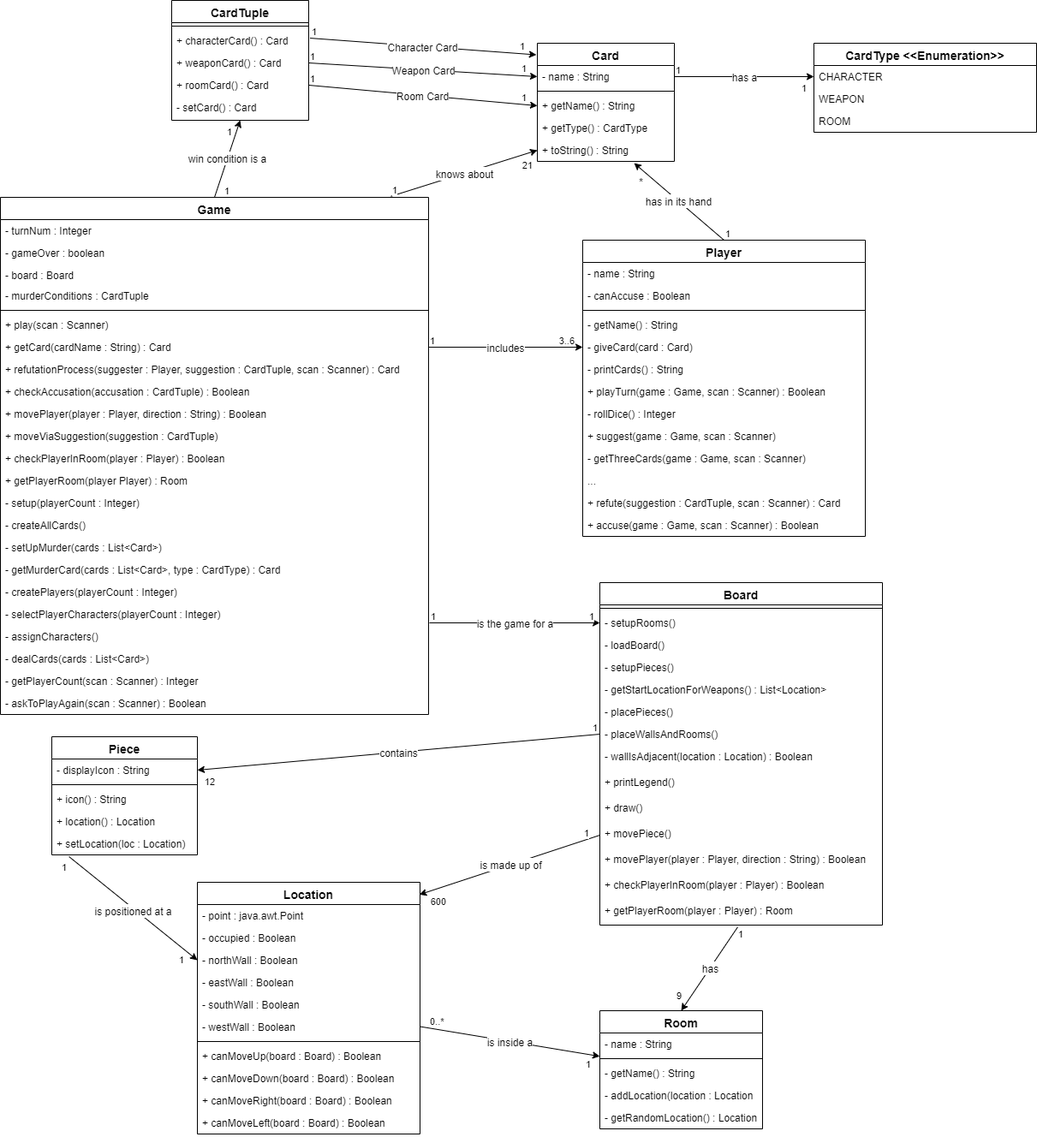
ZeusExMachina/Swen225-Assignment-1 keeps this draw.io diagram as class-diagram.png. Above is the earlier version. Source tidied: cells renumbered, new cells last; positions are measured from the earlier drawing's top-left corner, leaving out a move shared by most shapes.
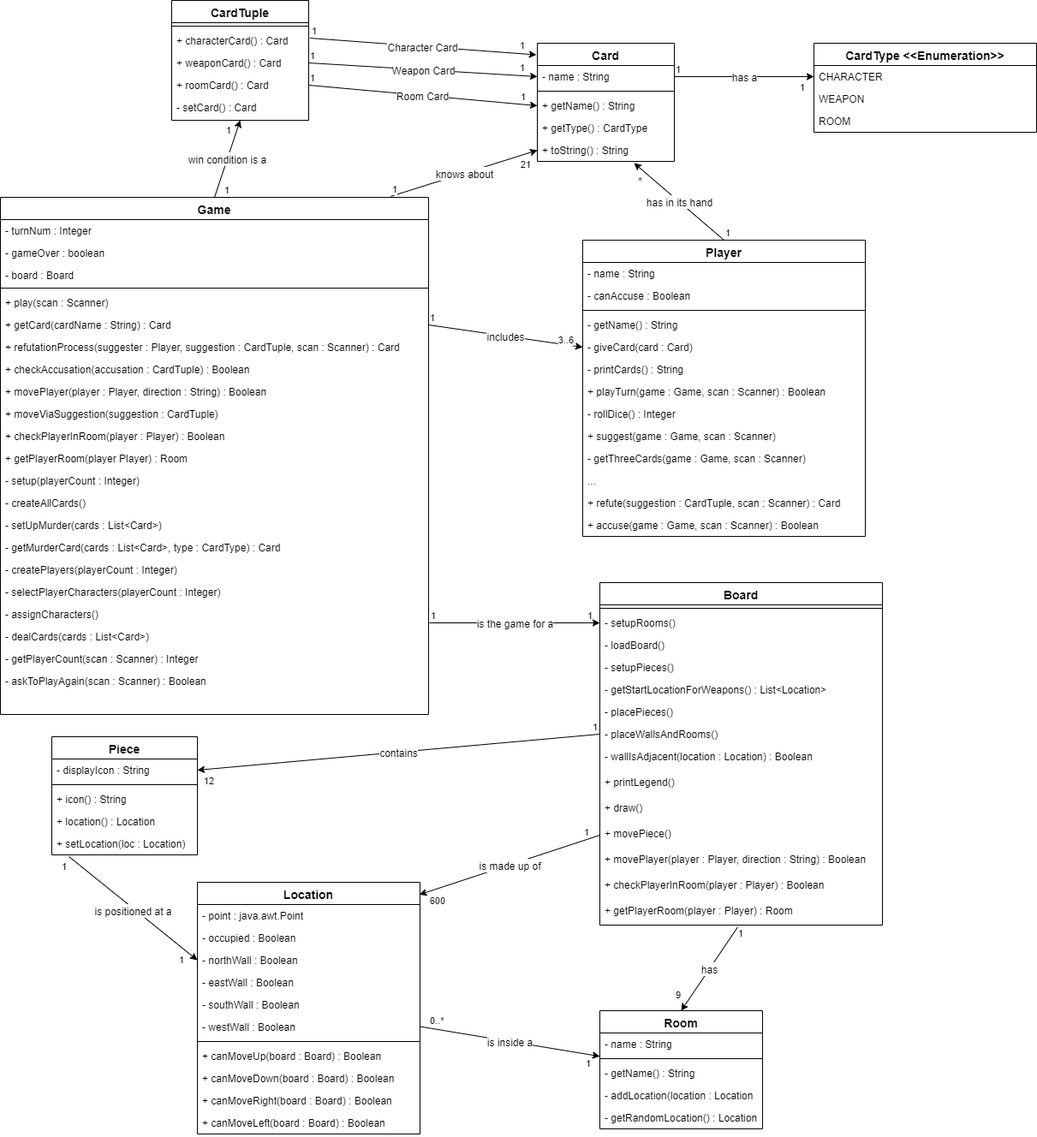
The same diagram one commit later.

What changed in the source:
```diff
@@ -32,65 +32,62 @@
     <mxCell id="11" value="- board : Board" style="text;align=left;verticalAlign=top;spacingLeft=4;spacingRight=4;overflow=hidden;rounded=0;shadow=0;html=0;" parent="8" vertex="1">
       <mxGeometry y="78" width="500" height="24" as="geometry" />
     </mxCell>
-    <mxCell id="12" value="- murderConditions : CardTuple" style="text;align=left;verticalAlign=top;spacingLeft=4;spacingRight=4;overflow=hidden;rounded=0;shadow=0;html=0;" parent="8" vertex="1">
-      <mxGeometry y="102" width="500" height="26" as="geometry" />
-    </mxCell>
     <mxCell id="13" style="line;html=1;strokeWidth=1;align=left;verticalAlign=middle;spacingTop=-1;spacingLeft=3;spacingRight=3;labelPosition=right;" parent="8" vertex="1">
-      <mxGeometry y="128" width="500" height="8" as="geometry" />
+      <mxGeometry y="102" width="500" height="8" as="geometry" />
     </mxCell>
     <mxCell id="14" value="+ play(scan : Scanner)" style="text;align=left;verticalAlign=top;spacingLeft=4;spacingRight=4;overflow=hidden;" parent="8" vertex="1">
-      <mxGeometry y="136" width="500" height="26" as="geometry" />
+      <mxGeometry y="110" width="500" height="26" as="geometry" />
     </mxCell>
     <mxCell id="15" value="+ getCard(cardName : String) : Card" style="text;align=left;verticalAlign=top;spacingLeft=4;spacingRight=4;overflow=hidden;points=[[0,0.5],[1,0.5]];portConstraint=eastwest;" parent="8" vertex="1">
-      <mxGeometry y="162" width="500" height="26" as="geometry" />
+      <mxGeometry y="136" width="500" height="26" as="geometry" />
     </mxCell>
     <mxCell id="16" value="+ refutationProcess(suggester : Player, suggestion : CardTuple, scan : Scanner) : Card" style="text;align=left;verticalAlign=top;spacingLeft=4;spacingRight=4;overflow=hidden;" parent="8" vertex="1">
-      <mxGeometry y="188" width="500" height="26" as="geometry" />
+      <mxGeometry y="162" width="500" height="26" as="geometry" />
     </mxCell>
     <mxCell id="17" value="+ checkAccusation(accusation : CardTuple) : Boolean" style="text;align=left;verticalAlign=top;spacingLeft=4;spacingRight=4;overflow=hidden;" parent="8" vertex="1">
-      <mxGeometry y="214" width="500" height="26" as="geometry" />
+      <mxGeometry y="188" width="500" height="26" as="geometry" />
     </mxCell>
     <mxCell id="18" value="+ movePlayer(player : Player, direction : String) : Boolean" style="text;align=left;verticalAlign=top;spacingLeft=4;spacingRight=4;overflow=hidden;" parent="8" vertex="1">
-      <mxGeometry y="240" width="500" height="26" as="geometry" />
+      <mxGeometry y="214" width="500" height="26" as="geometry" />
     </mxCell>
     <mxCell id="19" value="+ moveViaSuggestion(suggestion : CardTuple)" style="text;align=left;verticalAlign=top;spacingLeft=4;spacingRight=4;overflow=hidden;" parent="8" vertex="1">
-      <mxGeometry y="266" width="500" height="26" as="geometry" />
+      <mxGeometry y="240" width="500" height="26" as="geometry" />
     </mxCell>
     <mxCell id="20" value="+ checkPlayerInRoom(player : Player) : Boolean" style="text;align=left;verticalAlign=top;spacingLeft=4;spacingRight=4;overflow=hidden;" parent="8" vertex="1">
-      <mxGeometry y="292" width="500" height="26" as="geometry" />
+      <mxGeometry y="266" width="500" height="26" as="geometry" />
     </mxCell>
     <mxCell id="21" value="+ getPlayerRoom(player Player) : Room" style="text;align=left;verticalAlign=top;spacingLeft=4;spacingRight=4;overflow=hidden;" parent="8" vertex="1">
-      <mxGeometry y="318" width="500" height="26" as="geometry" />
+      <mxGeometry y="292" width="500" height="26" as="geometry" />
     </mxCell>
     <mxCell id="22" value="- setup(playerCount : Integer)" style="text;align=left;verticalAlign=top;spacingLeft=4;spacingRight=4;overflow=hidden;" parent="8" vertex="1">
-      <mxGeometry y="344" width="500" height="26" as="geometry" />
+      <mxGeometry y="318" width="500" height="26" as="geometry" />
     </mxCell>
     <mxCell id="23" value="- createAllCards()" style="text;align=left;verticalAlign=top;spacingLeft=4;spacingRight=4;overflow=hidden;" parent="8" vertex="1">
-      <mxGeometry y="370" width="500" height="26" as="geometry" />
+      <mxGeometry y="344" width="500" height="26" as="geometry" />
     </mxCell>
     <mxCell id="24" value="- setUpMurder(cards : List&lt;Card&gt;)" style="text;align=left;verticalAlign=top;spacingLeft=4;spacingRight=4;overflow=hidden;" parent="8" vertex="1">
-      <mxGeometry y="396" width="500" height="26" as="geometry" />
+      <mxGeometry y="370" width="500" height="26" as="geometry" />
     </mxCell>
     <mxCell id="25" value="- getMurderCard(cards : List&lt;Card&gt;, type : CardType) : Card" style="text;align=left;verticalAlign=top;spacingLeft=4;spacingRight=4;overflow=hidden;" parent="8" vertex="1">
-      <mxGeometry y="422" width="500" height="26" as="geometry" />
+      <mxGeometry y="396" width="500" height="26" as="geometry" />
     </mxCell>
     <mxCell id="26" value="- createPlayers(playerCount : Integer)" style="text;align=left;verticalAlign=top;spacingLeft=4;spacingRight=4;overflow=hidden;" parent="8" vertex="1">
-      <mxGeometry y="448" width="500" height="26" as="geometry" />
+      <mxGeometry y="422" width="500" height="26" as="geometry" />
     </mxCell>
     <mxCell id="27" value="- selectPlayerCharacters(playerCount : Integer)" style="text;align=left;verticalAlign=top;spacingLeft=4;spacingRight=4;overflow=hidden;" parent="8" vertex="1">
-      <mxGeometry y="474" width="500" height="26" as="geometry" />
+      <mxGeometry y="448" width="500" height="26" as="geometry" />
     </mxCell>
     <mxCell id="28" value="- assignCharacters()" style="text;align=left;verticalAlign=top;spacingLeft=4;spacingRight=4;overflow=hidden;" parent="8" vertex="1">
-      <mxGeometry y="500" width="500" height="26" as="geometry" />
+      <mxGeometry y="474" width="500" height="26" as="geometry" />
     </mxCell>
     <mxCell id="29" value="- dealCards(cards : List&lt;Card&gt;)" style="text;align=left;verticalAlign=top;spacingLeft=4;spacingRight=4;overflow=hidden;" parent="8" vertex="1">
-      <mxGeometry y="526" width="500" height="26" as="geometry" />
+      <mxGeometry y="500" width="500" height="26" as="geometry" />
     </mxCell>
     <mxCell id="30" value="- getPlayerCount(scan : Scanner) : Integer" style="text;align=left;verticalAlign=top;spacingLeft=4;spacingRight=4;overflow=hidden;" parent="8" vertex="1">
-      <mxGeometry y="552" width="500" height="26" as="geometry" />
+      <mxGeometry y="526" width="500" height="26" as="geometry" />
     </mxCell>
     <mxCell id="31" value="- askToPlayAgain(scan : Scanner) : Boolean" style="text;align=left;verticalAlign=top;spacingLeft=4;spacingRight=4;overflow=hidden;" parent="8" vertex="1">
-      <mxGeometry y="578" width="500" height="26" as="geometry" />
+      <mxGeometry y="552" width="500" height="26" as="geometry" />
     </mxCell>
     <mxCell id="32" value="&lt;span style=&quot;font-size: 12px&quot;&gt;is inside a&lt;/span&gt;" style="endArrow=classic;html=1;fontSize=14;" parent="1" edge="1" source="110" target="131">
       <mxGeometry relative="1" as="geometry" />
```
